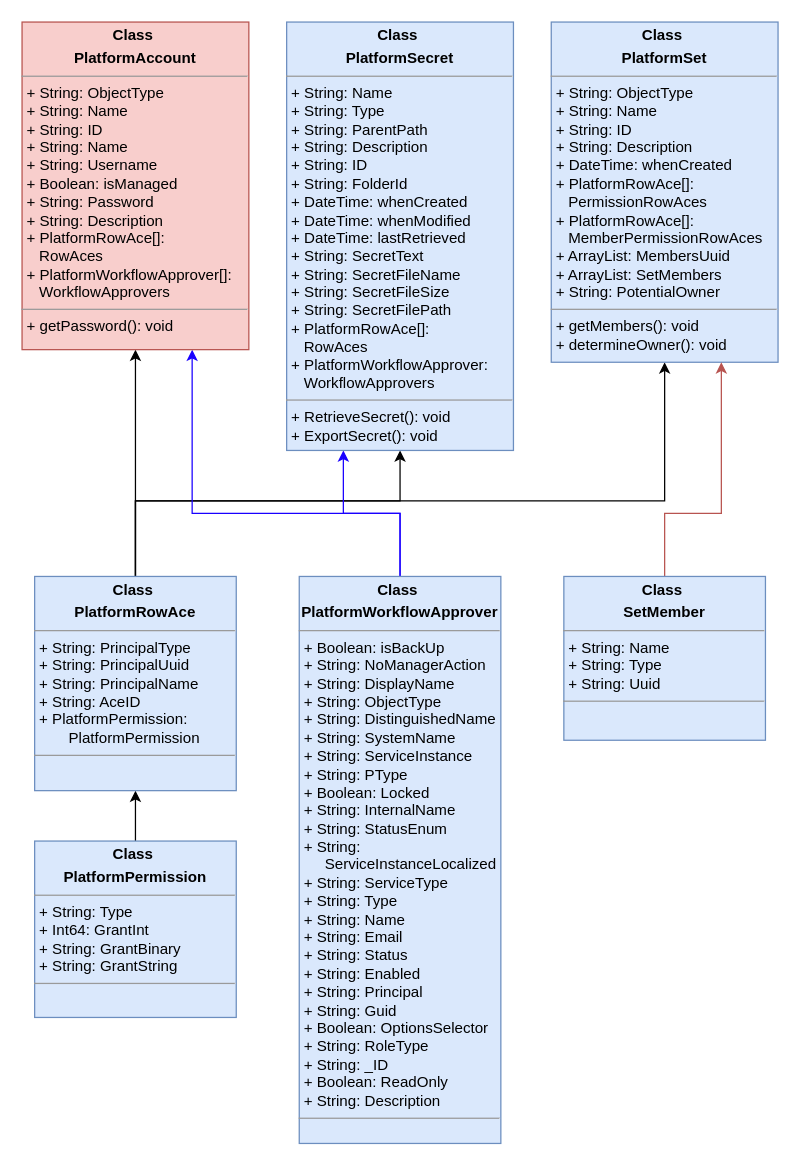
This is umldiagram.drawio from dnlrv/PlatformPlus, a draw.io file, before an edit. Source tidied: cells renumbered, new cells numbered last; positions are measured from the earlier drawing's top-left corner, leaving out a move shared by most shapes. Both pictures are drawn from the tidied source at 126%, with x=0, y=0 at pixel (21, 21).
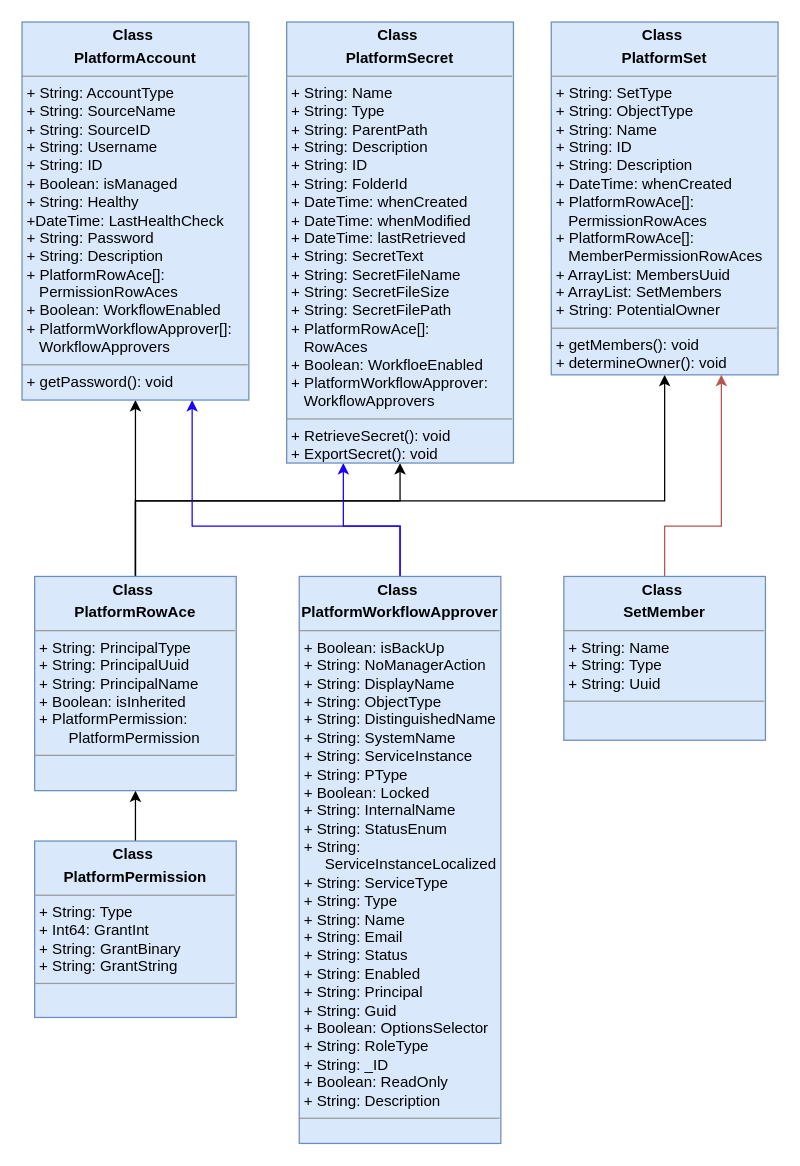
After the change.

The change refers to these unchanged cells:
```xml
<mxCell id="10" value="&lt;p style=&quot;margin: 0px ; margin-top: 4px ; text-align: center&quot;&gt;&lt;b&gt;Class&amp;nbsp;&lt;/b&gt;&lt;/p&gt;&lt;p style=&quot;margin: 0px ; margin-top: 4px ; text-align: center&quot;&gt;&lt;b&gt;PlatformWorkflowApprover&lt;/b&gt;&lt;/p&gt;&lt;hr size=&quot;1&quot;&gt;&lt;p style=&quot;margin: 0px ; margin-left: 4px&quot;&gt;+ Boolean: isBackUp&lt;br&gt;&lt;/p&gt;&lt;p style=&quot;margin: 0px ; margin-left: 4px&quot;&gt;+ String: NoManagerAction&lt;/p&gt;&lt;p style=&quot;margin: 0px ; margin-left: 4px&quot;&gt;+ String: DisplayName&lt;/p&gt;&lt;p style=&quot;margin: 0px ; margin-left: 4px&quot;&gt;+ String: ObjectType&lt;/p&gt;&lt;p style=&quot;margin: 0px ; margin-left: 4px&quot;&gt;+ String: DistinguishedName&lt;/p&gt;&lt;p style=&quot;margin: 0px ; margin-left: 4px&quot;&gt;+ String: SystemName&lt;/p&gt;&lt;p style=&quot;margin: 0px ; margin-left: 4px&quot;&gt;+ String: ServiceInstance&lt;/p&gt;&lt;p style=&quot;margin: 0px ; margin-left: 4px&quot;&gt;+ String: PType&lt;/p&gt;&lt;p style=&quot;margin: 0px ; margin-left: 4px&quot;&gt;+ Boolean: Locked&lt;/p&gt;&lt;p style=&quot;margin: 0px ; margin-left: 4px&quot;&gt;+ String: InternalName&lt;/p&gt;&lt;p style=&quot;margin: 0px ; margin-left: 4px&quot;&gt;+ String: StatusEnum&lt;/p&gt;&lt;p style=&quot;margin: 0px ; margin-left: 4px&quot;&gt;+ String:&amp;nbsp;&lt;/p&gt;&lt;p style=&quot;margin: 0px ; margin-left: 4px&quot;&gt;&amp;nbsp; &amp;nbsp; &amp;nbsp;ServiceInstanceLocalized&lt;/p&gt;&lt;p style=&quot;margin: 0px ; margin-left: 4px&quot;&gt;+ String: ServiceType&lt;/p&gt;&lt;p style=&quot;margin: 0px ; margin-left: 4px&quot;&gt;+ String: Type&lt;/p&gt;&lt;p style=&quot;margin: 0px ; margin-left: 4px&quot;&gt;+ String: Name&lt;/p&gt;&lt;p style=&quot;margin: 0px ; margin-left: 4px&quot;&gt;+ String: Email&lt;/p&gt;&lt;p style=&quot;margin: 0px ; margin-left: 4px&quot;&gt;+ String: Status&lt;/p&gt;&lt;p style=&quot;margin: 0px ; margin-left: 4px&quot;&gt;+ String: Enabled&lt;/p&gt;&lt;p style=&quot;margin: 0px ; margin-left: 4px&quot;&gt;+ String: Principal&lt;/p&gt;&lt;p style=&quot;margin: 0px ; margin-left: 4px&quot;&gt;+ String: Guid&lt;/p&gt;&lt;p style=&quot;margin: 0px ; margin-left: 4px&quot;&gt;+ Boolean: OptionsSelector&lt;/p&gt;&lt;p style=&quot;margin: 0px ; margin-left: 4px&quot;&gt;+ String: RoleType&lt;/p&gt;&lt;p style=&quot;margin: 0px ; margin-left: 4px&quot;&gt;+ String: _ID&lt;/p&gt;&lt;p style=&quot;margin: 0px ; margin-left: 4px&quot;&gt;+ Boolean: ReadOnly&lt;/p&gt;&lt;p style=&quot;margin: 0px ; margin-left: 4px&quot;&gt;+ String: Description&lt;/p&gt;&lt;hr size=&quot;1&quot;&gt;&lt;p style=&quot;margin: 0px ; margin-left: 4px&quot;&gt;&lt;br&gt;&lt;/p&gt;" style="verticalAlign=top;align=left;overflow=fill;fontSize=12;fontFamily=Helvetica;html=1;fillColor=#dae8fc;strokeColor=#6c8ebf;" parent="1" vertex="1">
  <mxGeometry x="220" y="440" width="160" height="450" as="geometry" />
</mxCell>
<mxCell id="15" value="&lt;p style=&quot;margin: 0px ; margin-top: 4px ; text-align: center&quot;&gt;&lt;b&gt;Class&amp;nbsp;&lt;/b&gt;&lt;/p&gt;&lt;p style=&quot;margin: 0px ; margin-top: 4px ; text-align: center&quot;&gt;&lt;b&gt;SetMember&lt;/b&gt;&lt;/p&gt;&lt;hr size=&quot;1&quot;&gt;&lt;p style=&quot;margin: 0px ; margin-left: 4px&quot;&gt;+ String: Name&lt;/p&gt;&lt;p style=&quot;margin: 0px ; margin-left: 4px&quot;&gt;+ String: Type&lt;/p&gt;&lt;p style=&quot;margin: 0px ; margin-left: 4px&quot;&gt;+ String: Uuid&lt;br&gt;&lt;/p&gt;&lt;hr size=&quot;1&quot;&gt;&lt;p style=&quot;margin: 0px ; margin-left: 4px&quot;&gt;&lt;br&gt;&lt;/p&gt;" style="verticalAlign=top;align=left;overflow=fill;fontSize=12;fontFamily=Helvetica;html=1;fillColor=#dae8fc;strokeColor=#6c8ebf;" parent="1" vertex="1">
  <mxGeometry x="430" y="440" width="160" height="130" as="geometry" />
</mxCell>
```

What changed in the source:
```diff
@@
-    <mxCell id="7" value="&lt;p style=&quot;margin: 0px ; margin-top: 4px ; text-align: center&quot;&gt;&lt;b&gt;Class&amp;nbsp;&lt;/b&gt;&lt;/p&gt;&lt;p style=&quot;margin: 0px ; margin-top: 4px ; text-align: center&quot;&gt;&lt;b&gt;PlatformRowAce&lt;/b&gt;&lt;/p&gt;&lt;hr size=&quot;1&quot;&gt;&lt;p style=&quot;margin: 0px ; margin-left: 4px&quot;&gt;+ String: PrincipalType&lt;br&gt;&lt;/p&gt;&lt;p style=&quot;margin: 0px ; margin-left: 4px&quot;&gt;+ String: PrincipalUuid&lt;/p&gt;&lt;p style=&quot;margin: 0px ; margin-left: 4px&quot;&gt;+ String: PrincipalName&lt;/p&gt;&lt;p style=&quot;margin: 0px ; margin-left: 4px&quot;&gt;+ String: AceID&lt;/p&gt;&lt;p style=&quot;margin: 0px ; margin-left: 4px&quot;&gt;+ PlatformPermission:&amp;nbsp;&lt;/p&gt;&lt;p style=&quot;margin: 0px ; margin-left: 4px&quot;&gt;&amp;nbsp; &amp;nbsp; &amp;nbsp; &amp;nbsp;PlatformPermission&lt;/p&gt;&lt;hr size=&quot;1&quot;&gt;&lt;p style=&quot;margin: 0px ; margin-left: 4px&quot;&gt;&lt;br&gt;&lt;/p&gt;" style="verticalAlign=top;align=left;overflow=fill;fontSize=12;fontFamily=Helvetica;html=1;fillColor=#dae8fc;strokeColor=#6c8ebf;" parent="1" vertex="1">
+    <mxCell id="7" value="&lt;p style=&quot;margin: 0px ; margin-top: 4px ; text-align: center&quot;&gt;&lt;b&gt;Class&amp;nbsp;&lt;/b&gt;&lt;/p&gt;&lt;p style=&quot;margin: 0px ; margin-top: 4px ; text-align: center&quot;&gt;&lt;b&gt;PlatformRowAce&lt;/b&gt;&lt;/p&gt;&lt;hr size=&quot;1&quot;&gt;&lt;p style=&quot;margin: 0px ; margin-left: 4px&quot;&gt;+ String: PrincipalType&lt;br&gt;&lt;/p&gt;&lt;p style=&quot;margin: 0px ; margin-left: 4px&quot;&gt;+ String: PrincipalUuid&lt;/p&gt;&lt;p style=&quot;margin: 0px ; margin-left: 4px&quot;&gt;+ String: PrincipalName&lt;/p&gt;&lt;p style=&quot;margin: 0px ; margin-left: 4px&quot;&gt;+ Boolean: isInherited&lt;/p&gt;&lt;p style=&quot;margin: 0px ; margin-left: 4px&quot;&gt;+ PlatformPermission:&amp;nbsp;&lt;/p&gt;&lt;p style=&quot;margin: 0px ; margin-left: 4px&quot;&gt;&amp;nbsp; &amp;nbsp; &amp;nbsp; &amp;nbsp;PlatformPermission&lt;/p&gt;&lt;hr size=&quot;1&quot;&gt;&lt;p style=&quot;margin: 0px ; margin-left: 4px&quot;&gt;&lt;br&gt;&lt;/p&gt;" style="verticalAlign=top;align=left;overflow=fill;fontSize=12;fontFamily=Helvetica;html=1;fillColor=#dae8fc;strokeColor=#6c8ebf;" parent="1" vertex="1">
       <mxGeometry x="10" y="440" width="160" height="170" as="geometry" />
     </mxCell>
     <mxCell id="8" style="edgeStyle=orthogonalEdgeStyle;rounded=0;jettySize=auto;html=1;entryX=0.75;entryY=1;entryDx=0;entryDy=0;strokeColor=#1900FF;" parent="1" edge="1" source="10" target="13">
       <mxGeometry relative="1" as="geometry">
         <Array as="points">
-          <mxPoint x="300" y="390" />
-          <mxPoint x="135" y="390" />
+          <mxPoint x="300" y="400" />
+          <mxPoint x="135" y="400" />
         </Array>
       </mxGeometry>
     </mxCell>
     <mxCell id="9" style="edgeStyle=orthogonalEdgeStyle;rounded=0;jettySize=auto;html=1;entryX=0.25;entryY=1;entryDx=0;entryDy=0;strokeColor=#1900FF;" parent="1" edge="1" source="10" target="11">
-      <mxGeometry relative="1" as="geometry" />
+      <mxGeometry relative="1" as="geometry">
+        <Array as="points">
+          <mxPoint x="300" y="400" />
+          <mxPoint x="255" y="400" />
+        </Array>
+      </mxGeometry>
     </mxCell>
@@
-    <mxCell id="11" value="&lt;p style=&quot;margin: 0px ; margin-top: 4px ; text-align: center&quot;&gt;&lt;b&gt;Class&amp;nbsp;&lt;/b&gt;&lt;/p&gt;&lt;p style=&quot;margin: 0px ; margin-top: 4px ; text-align: center&quot;&gt;&lt;b&gt;PlatformSecret&lt;/b&gt;&lt;/p&gt;&lt;hr size=&quot;1&quot;&gt;&lt;p style=&quot;margin: 0px ; margin-left: 4px&quot;&gt;+ String: Name&lt;br&gt;&lt;/p&gt;&lt;p style=&quot;margin: 0px ; margin-left: 4px&quot;&gt;+ String: Type&lt;/p&gt;&lt;p style=&quot;margin: 0px ; margin-left: 4px&quot;&gt;+ String: ParentPath&lt;/p&gt;&lt;p style=&quot;margin: 0px ; margin-left: 4px&quot;&gt;+ String: Description&lt;/p&gt;&lt;p style=&quot;margin: 0px ; margin-left: 4px&quot;&gt;+ String: ID&lt;/p&gt;&lt;p style=&quot;margin: 0px ; margin-left: 4px&quot;&gt;+ String: FolderId&lt;/p&gt;&lt;p style=&quot;margin: 0px ; margin-left: 4px&quot;&gt;+ DateTime: whenCreated&lt;/p&gt;&lt;p style=&quot;margin: 0px ; margin-left: 4px&quot;&gt;+ DateTime: whenModified&lt;/p&gt;&lt;p style=&quot;margin: 0px ; margin-left: 4px&quot;&gt;+ DateTime: lastRetrieved&lt;/p&gt;&lt;p style=&quot;margin: 0px ; margin-left: 4px&quot;&gt;+ String: SecretText&lt;/p&gt;&lt;p style=&quot;margin: 0px ; margin-left: 4px&quot;&gt;+ String: SecretFileName&lt;/p&gt;&lt;p style=&quot;margin: 0px ; margin-left: 4px&quot;&gt;+ String: SecretFileSize&lt;/p&gt;&lt;p style=&quot;margin: 0px ; margin-left: 4px&quot;&gt;+ String: SecretFilePath&lt;/p&gt;&lt;p style=&quot;margin: 0px ; margin-left: 4px&quot;&gt;+ PlatformRowAce[]:&amp;nbsp;&lt;/p&gt;&lt;p style=&quot;margin: 0px ; margin-left: 4px&quot;&gt;&amp;nbsp; &amp;nbsp;RowAces&lt;/p&gt;&lt;p style=&quot;margin: 0px ; margin-left: 4px&quot;&gt;+ PlatformWorkflowApprover:&lt;/p&gt;&lt;p style=&quot;margin: 0px ; margin-left: 4px&quot;&gt;&amp;nbsp; &amp;nbsp;WorkflowApprovers&lt;br&gt;&lt;/p&gt;&lt;hr size=&quot;1&quot;&gt;&lt;p style=&quot;margin: 0px ; margin-left: 4px&quot;&gt;+ RetrieveSecret(): void&lt;/p&gt;&lt;p style=&quot;margin: 0px ; margin-left: 4px&quot;&gt;+ ExportSecret(): void&lt;/p&gt;" style="verticalAlign=top;align=left;overflow=fill;fontSize=12;fontFamily=Helvetica;html=1;fillColor=#dae8fc;strokeColor=#6c8ebf;" parent="1" vertex="1">
-      <mxGeometry x="210" width="180" height="340" as="geometry" />
+    <mxCell id="11" value="&lt;p style=&quot;margin: 0px ; margin-top: 4px ; text-align: center&quot;&gt;&lt;b&gt;Class&amp;nbsp;&lt;/b&gt;&lt;/p&gt;&lt;p style=&quot;margin: 0px ; margin-top: 4px ; text-align: center&quot;&gt;&lt;b&gt;PlatformSecret&lt;/b&gt;&lt;/p&gt;&lt;hr size=&quot;1&quot;&gt;&lt;p style=&quot;margin: 0px ; margin-left: 4px&quot;&gt;+ String: Name&lt;br&gt;&lt;/p&gt;&lt;p style=&quot;margin: 0px ; margin-left: 4px&quot;&gt;+ String: Type&lt;/p&gt;&lt;p style=&quot;margin: 0px ; margin-left: 4px&quot;&gt;+ String: ParentPath&lt;/p&gt;&lt;p style=&quot;margin: 0px ; margin-left: 4px&quot;&gt;+ String: Description&lt;/p&gt;&lt;p style=&quot;margin: 0px ; margin-left: 4px&quot;&gt;+ String: ID&lt;/p&gt;&lt;p style=&quot;margin: 0px ; margin-left: 4px&quot;&gt;+ String: FolderId&lt;/p&gt;&lt;p style=&quot;margin: 0px ; margin-left: 4px&quot;&gt;+ DateTime: whenCreated&lt;/p&gt;&lt;p style=&quot;margin: 0px ; margin-left: 4px&quot;&gt;+ DateTime: whenModified&lt;/p&gt;&lt;p style=&quot;margin: 0px ; margin-left: 4px&quot;&gt;+ DateTime: lastRetrieved&lt;/p&gt;&lt;p style=&quot;margin: 0px ; margin-left: 4px&quot;&gt;+ String: SecretText&lt;/p&gt;&lt;p style=&quot;margin: 0px ; margin-left: 4px&quot;&gt;+ String: SecretFileName&lt;/p&gt;&lt;p style=&quot;margin: 0px ; margin-left: 4px&quot;&gt;+ String: SecretFileSize&lt;/p&gt;&lt;p style=&quot;margin: 0px ; margin-left: 4px&quot;&gt;+ String: SecretFilePath&lt;/p&gt;&lt;p style=&quot;margin: 0px ; margin-left: 4px&quot;&gt;+ PlatformRowAce[]:&amp;nbsp;&lt;/p&gt;&lt;p style=&quot;margin: 0px ; margin-left: 4px&quot;&gt;&amp;nbsp; &amp;nbsp;RowAces&lt;/p&gt;&lt;p style=&quot;margin: 0px ; margin-left: 4px&quot;&gt;+ Boolean: WorkfloeEnabled&lt;/p&gt;&lt;p style=&quot;margin: 0px ; margin-left: 4px&quot;&gt;+ PlatformWorkflowApprover:&lt;/p&gt;&lt;p style=&quot;margin: 0px ; margin-left: 4px&quot;&gt;&amp;nbsp; &amp;nbsp;WorkflowApprovers&lt;br&gt;&lt;/p&gt;&lt;hr size=&quot;1&quot;&gt;&lt;p style=&quot;margin: 0px ; margin-left: 4px&quot;&gt;+ RetrieveSecret(): void&lt;/p&gt;&lt;p style=&quot;margin: 0px ; margin-left: 4px&quot;&gt;+ ExportSecret(): void&lt;/p&gt;" style="verticalAlign=top;align=left;overflow=fill;fontSize=12;fontFamily=Helvetica;html=1;fillColor=#dae8fc;strokeColor=#6c8ebf;" parent="1" vertex="1">
+      <mxGeometry x="210" width="180" height="350" as="geometry" />
     </mxCell>
-    <mxCell id="12" value="&lt;p style=&quot;margin: 0px ; margin-top: 4px ; text-align: center&quot;&gt;&lt;b&gt;Class&amp;nbsp;&lt;/b&gt;&lt;/p&gt;&lt;p style=&quot;margin: 0px ; margin-top: 4px ; text-align: center&quot;&gt;&lt;b&gt;PlatformSet&lt;/b&gt;&lt;/p&gt;&lt;hr size=&quot;1&quot;&gt;&lt;p style=&quot;margin: 0px ; margin-left: 4px&quot;&gt;+ String: ObjectType&lt;br&gt;&lt;/p&gt;&lt;p style=&quot;margin: 0px ; margin-left: 4px&quot;&gt;+ String: Name&lt;/p&gt;&lt;p style=&quot;margin: 0px ; margin-left: 4px&quot;&gt;+ String: ID&lt;/p&gt;&lt;p style=&quot;margin: 0px ; margin-left: 4px&quot;&gt;+ String: Description&lt;/p&gt;&lt;p style=&quot;margin: 0px ; margin-left: 4px&quot;&gt;+ DateTime: whenCreated&lt;/p&gt;&lt;p style=&quot;margin: 0px ; margin-left: 4px&quot;&gt;+ PlatformRowAce[]:&amp;nbsp;&lt;/p&gt;&lt;p style=&quot;margin: 0px ; margin-left: 4px&quot;&gt;&amp;nbsp; &amp;nbsp;PermissionRowAces&lt;/p&gt;&lt;p style=&quot;margin: 0px ; margin-left: 4px&quot;&gt;+ PlatformRowAce[]:&lt;/p&gt;&lt;p style=&quot;margin: 0px ; margin-left: 4px&quot;&gt;&amp;nbsp; &amp;nbsp;MemberPermissionRowAces&lt;/p&gt;&lt;p style=&quot;margin: 0px ; margin-left: 4px&quot;&gt;+ ArrayList: MembersUuid&lt;/p&gt;&lt;p style=&quot;margin: 0px ; margin-left: 4px&quot;&gt;+ ArrayList: SetMembers&lt;/p&gt;&lt;p style=&quot;margin: 0px ; margin-left: 4px&quot;&gt;+ String: PotentialOwner&lt;/p&gt;&lt;hr size=&quot;1&quot;&gt;&lt;p style=&quot;margin: 0px ; margin-left: 4px&quot;&gt;+ getMembers(): void&lt;/p&gt;&lt;p style=&quot;margin: 0px ; margin-left: 4px&quot;&gt;+ determineOwner(): void&lt;/p&gt;" style="verticalAlign=top;align=left;overflow=fill;fontSize=12;fontFamily=Helvetica;html=1;fillColor=#dae8fc;strokeColor=#6c8ebf;" parent="1" vertex="1">
-      <mxGeometry x="420" width="180" height="270" as="geometry" />
+    <mxCell id="12" value="&lt;p style=&quot;margin: 0px ; margin-top: 4px ; text-align: center&quot;&gt;&lt;b&gt;Class&amp;nbsp;&lt;/b&gt;&lt;/p&gt;&lt;p style=&quot;margin: 0px ; margin-top: 4px ; text-align: center&quot;&gt;&lt;b&gt;PlatformSet&lt;/b&gt;&lt;/p&gt;&lt;hr size=&quot;1&quot;&gt;&lt;p style=&quot;margin: 0px ; margin-left: 4px&quot;&gt;+ String: SetType&lt;/p&gt;&lt;p style=&quot;margin: 0px ; margin-left: 4px&quot;&gt;+ String: ObjectType&lt;br&gt;&lt;/p&gt;&lt;p style=&quot;margin: 0px ; margin-left: 4px&quot;&gt;+ String: Name&lt;/p&gt;&lt;p style=&quot;margin: 0px ; margin-left: 4px&quot;&gt;+ String: ID&lt;/p&gt;&lt;p style=&quot;margin: 0px ; margin-left: 4px&quot;&gt;+ String: Description&lt;/p&gt;&lt;p style=&quot;margin: 0px ; margin-left: 4px&quot;&gt;+ DateTime: whenCreated&lt;/p&gt;&lt;p style=&quot;margin: 0px ; margin-left: 4px&quot;&gt;+ PlatformRowAce[]:&amp;nbsp;&lt;/p&gt;&lt;p style=&quot;margin: 0px ; margin-left: 4px&quot;&gt;&amp;nbsp; &amp;nbsp;PermissionRowAces&lt;/p&gt;&lt;p style=&quot;margin: 0px ; margin-left: 4px&quot;&gt;+ PlatformRowAce[]:&lt;/p&gt;&lt;p style=&quot;margin: 0px ; margin-left: 4px&quot;&gt;&amp;nbsp; &amp;nbsp;MemberPermissionRowAces&lt;/p&gt;&lt;p style=&quot;margin: 0px ; margin-left: 4px&quot;&gt;+ ArrayList: MembersUuid&lt;/p&gt;&lt;p style=&quot;margin: 0px ; margin-left: 4px&quot;&gt;+ ArrayList: SetMembers&lt;/p&gt;&lt;p style=&quot;margin: 0px ; margin-left: 4px&quot;&gt;+ String: PotentialOwner&lt;/p&gt;&lt;hr size=&quot;1&quot;&gt;&lt;p style=&quot;margin: 0px ; margin-left: 4px&quot;&gt;+ getMembers(): void&lt;/p&gt;&lt;p style=&quot;margin: 0px ; margin-left: 4px&quot;&gt;+ determineOwner(): void&lt;/p&gt;" style="verticalAlign=top;align=left;overflow=fill;fontSize=12;fontFamily=Helvetica;html=1;fillColor=#dae8fc;strokeColor=#6c8ebf;" parent="1" vertex="1">
+      <mxGeometry x="420" width="180" height="280" as="geometry" />
     </mxCell>
-    <mxCell id="13" value="&lt;p style=&quot;margin: 0px ; margin-top: 4px ; text-align: center&quot;&gt;&lt;b&gt;Class&amp;nbsp;&lt;/b&gt;&lt;/p&gt;&lt;p style=&quot;margin: 0px ; margin-top: 4px ; text-align: center&quot;&gt;&lt;b&gt;PlatformAccount&lt;/b&gt;&lt;/p&gt;&lt;hr size=&quot;1&quot;&gt;&lt;p style=&quot;margin: 0px ; margin-left: 4px&quot;&gt;+ String: ObjectType&lt;br&gt;&lt;/p&gt;&lt;p style=&quot;margin: 0px ; margin-left: 4px&quot;&gt;+ String: Name&lt;/p&gt;&lt;p style=&quot;margin: 0px ; margin-left: 4px&quot;&gt;+ String: ID&lt;/p&gt;&lt;p style=&quot;margin: 0px ; margin-left: 4px&quot;&gt;+ String: Name&lt;/p&gt;&lt;p style=&quot;margin: 0px ; margin-left: 4px&quot;&gt;+ String: Username&lt;/p&gt;&lt;p style=&quot;margin: 0px ; margin-left: 4px&quot;&gt;+ Boolean: isManaged&lt;/p&gt;&lt;p style=&quot;margin: 0px ; margin-left: 4px&quot;&gt;+ String: Password&lt;/p&gt;&lt;p style=&quot;margin: 0px ; margin-left: 4px&quot;&gt;+ String: Description&lt;/p&gt;&lt;p style=&quot;margin: 0px ; margin-left: 4px&quot;&gt;+ PlatformRowAce[]:&lt;/p&gt;&lt;p style=&quot;margin: 0px ; margin-left: 4px&quot;&gt;&amp;nbsp; &amp;nbsp;RowAces&lt;/p&gt;&lt;p style=&quot;margin: 0px ; margin-left: 4px&quot;&gt;+ PlatformWorkflowApprover[]:&lt;/p&gt;&lt;p style=&quot;margin: 0px ; margin-left: 4px&quot;&gt;&amp;nbsp; &amp;nbsp;WorkflowApprovers&lt;br&gt;&lt;/p&gt;&lt;hr size=&quot;1&quot;&gt;&lt;p style=&quot;margin: 0px ; margin-left: 4px&quot;&gt;+ getPassword(): void&lt;/p&gt;" style="verticalAlign=top;align=left;overflow=fill;fontSize=12;fontFamily=Helvetica;html=1;fillColor=#f8cecc;strokeColor=#b85450;" parent="1" vertex="1">
-      <mxGeometry width="180" height="260" as="geometry" />
+    <mxCell id="13" value="&lt;p style=&quot;margin: 0px ; margin-top: 4px ; text-align: center&quot;&gt;&lt;b&gt;Class&amp;nbsp;&lt;/b&gt;&lt;/p&gt;&lt;p style=&quot;margin: 0px ; margin-top: 4px ; text-align: center&quot;&gt;&lt;b&gt;PlatformAccount&lt;/b&gt;&lt;/p&gt;&lt;hr size=&quot;1&quot;&gt;&lt;p style=&quot;margin: 0px ; margin-left: 4px&quot;&gt;+ String: AccountType&lt;br&gt;&lt;/p&gt;&lt;p style=&quot;margin: 0px ; margin-left: 4px&quot;&gt;+ String: SourceName&lt;/p&gt;&lt;p style=&quot;margin: 0px ; margin-left: 4px&quot;&gt;+ String: SourceID&lt;/p&gt;&lt;p style=&quot;margin: 0px ; margin-left: 4px&quot;&gt;+ String: Username&lt;/p&gt;&lt;p style=&quot;margin: 0px ; margin-left: 4px&quot;&gt;+ String: ID&lt;/p&gt;&lt;p style=&quot;margin: 0px ; margin-left: 4px&quot;&gt;+ Boolean: isManaged&lt;/p&gt;&lt;p style=&quot;margin: 0px ; margin-left: 4px&quot;&gt;+ String: Healthy&lt;/p&gt;&lt;p style=&quot;margin: 0px ; margin-left: 4px&quot;&gt;+DateTime: LastHealthCheck&lt;/p&gt;&lt;p style=&quot;margin: 0px ; margin-left: 4px&quot;&gt;+ String: Password&lt;/p&gt;&lt;p style=&quot;margin: 0px ; margin-left: 4px&quot;&gt;+ String: Description&lt;/p&gt;&lt;p style=&quot;margin: 0px ; margin-left: 4px&quot;&gt;+ PlatformRowAce[]:&lt;/p&gt;&lt;p style=&quot;margin: 0px ; margin-left: 4px&quot;&gt;&amp;nbsp; &amp;nbsp;PermissionRowAces&lt;/p&gt;&lt;p style=&quot;margin: 0px ; margin-left: 4px&quot;&gt;+ Boolean: WorkflowEnabled&lt;/p&gt;&lt;p style=&quot;margin: 0px ; margin-left: 4px&quot;&gt;+ PlatformWorkflowApprover[]:&lt;/p&gt;&lt;p style=&quot;margin: 0px ; margin-left: 4px&quot;&gt;&amp;nbsp; &amp;nbsp;WorkflowApprovers&lt;br&gt;&lt;/p&gt;&lt;hr size=&quot;1&quot;&gt;&lt;p style=&quot;margin: 0px ; margin-left: 4px&quot;&gt;+ getPassword(): void&lt;/p&gt;" style="verticalAlign=top;align=left;overflow=fill;fontSize=12;fontFamily=Helvetica;html=1;fillColor=#dae8fc;strokeColor=#6c8ebf;" parent="1" vertex="1">
+      <mxGeometry width="180" height="300" as="geometry" />
     </mxCell>
     <mxCell id="14" style="edgeStyle=orthogonalEdgeStyle;rounded=0;jettySize=auto;html=1;entryX=0.75;entryY=1;entryDx=0;entryDy=0;fillColor=#f8cecc;strokeColor=#b85450;" parent="1" edge="1" source="15" target="12">
       <mxGeometry relative="1" as="geometry">
         <Array as="points">
-          <mxPoint x="510" y="390" />
-          <mxPoint x="555" y="390" />
+          <mxPoint x="510" y="400" />
+          <mxPoint x="555" y="400" />
         </Array>
       </mxGeometry>
     </mxCell>
```
